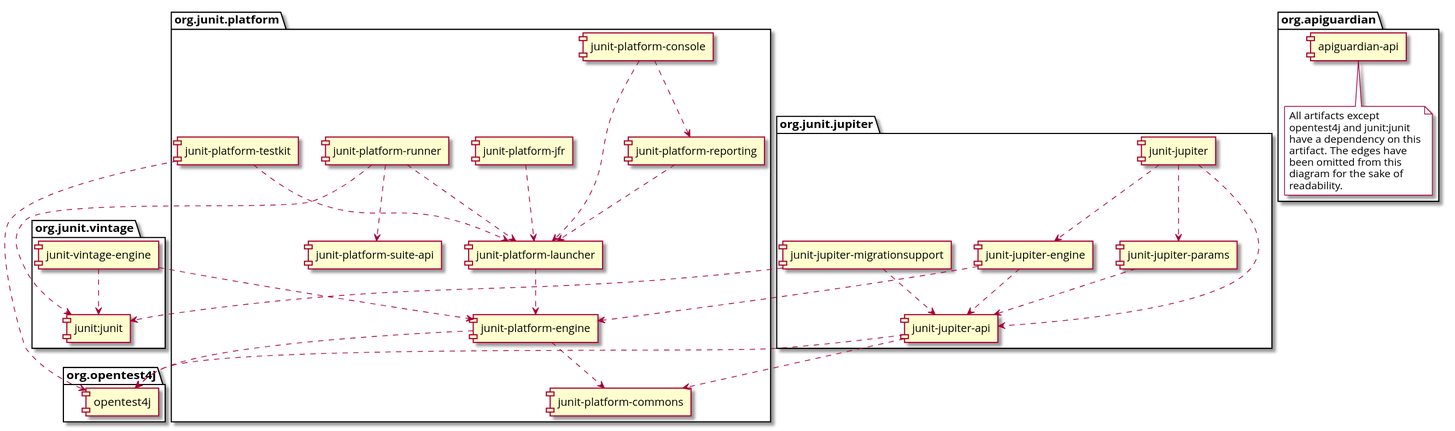
junit-team/junit5 keeps this PlantUML diagram as docs/snapshot/user-guide/images/component-diagram.svg. Above is the earlier version.
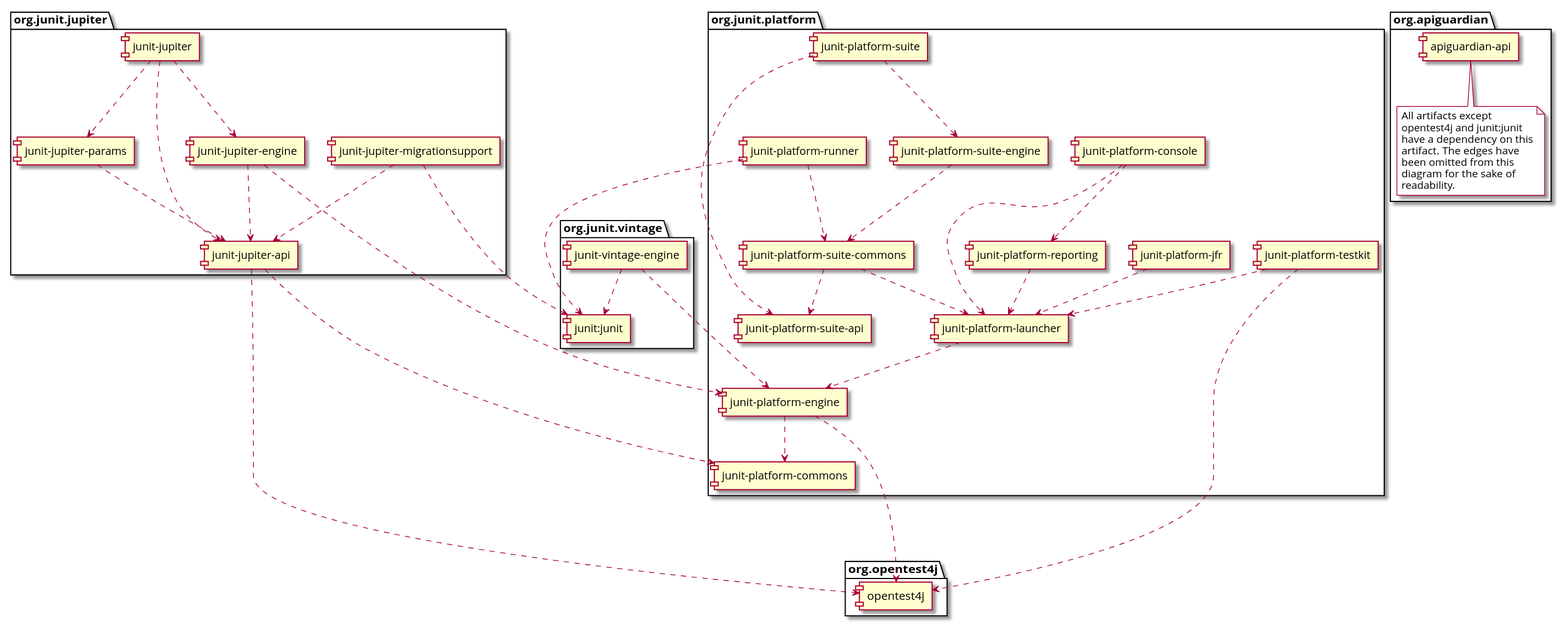
After the commit.

Change to the diagram source:
```diff
@@ -24,7 +24,10 @@
     [junit-platform-launcher] as launcher
     [junit-platform-reporting] as reporting
     [junit-platform-runner] as runner
+    [junit-platform-suite] as suite
     [junit-platform-suite-api] as suite_api
+    [junit-platform-suite-commons] as suite_commons
+    [junit-platform-suite-engine] as suite_engine
     [junit-platform-testkit] as testkit
 }
 
@@ -49,15 +52,15 @@
 jupiter ..> jupiter_params
 jupiter ..> jupiter_engine
 
-jupiter_api ..> opentest4j
-jupiter_api ..> commons
+jupiter_api ....> opentest4j
+jupiter_api ...> commons
 
-jupiter_engine ..> engine
+jupiter_engine ...> engine
 jupiter_engine ..> jupiter_api
 
 jupiter_params ..> jupiter_api
 jupiter_migration_support ..> jupiter_api
-jupiter_migration_support ..> junit4
+jupiter_migration_support ...> junit4
 
 console ..> launcher
 console ..> reporting
@@ -66,18 +69,25 @@
 
 jfr ..> launcher
 
-engine ..> opentest4j
+engine ....> opentest4j
 engine ..> commons
 
 reporting ..> launcher
 
-runner ..> launcher
-runner ..> suite_api
-runner ..> junit4
+runner ..> suite_commons
+runner ...> junit4
 
-testkit ..> opentest4j
+suite ..> suite_api
+suite ..> suite_engine
+
+suite_engine ..> suite_commons
+
+suite_commons ..> launcher
+suite_commons ..> suite_api
+
+testkit ....> opentest4j
 testkit ..> launcher
 
-vintage_engine ..> engine
+vintage_engine ...> engine
 vintage_engine ..> junit4
 @enduml
```
